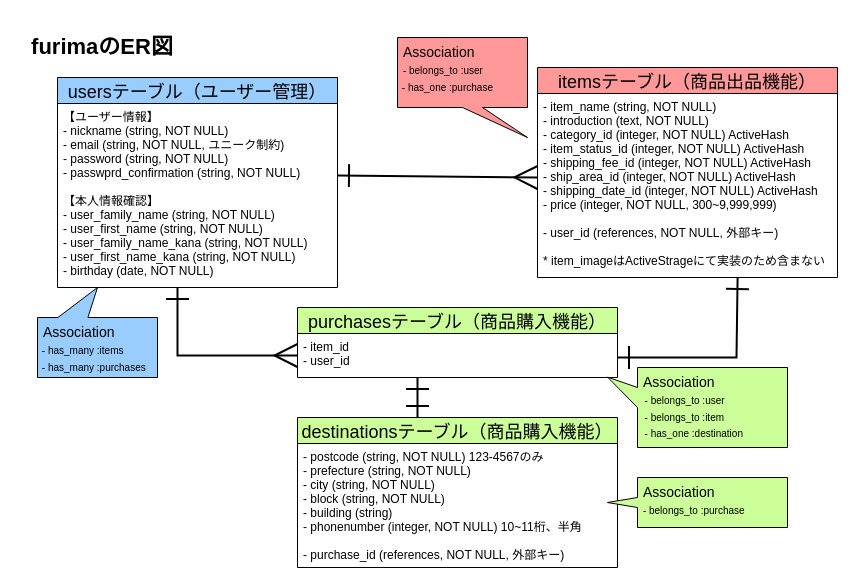
mikity-i/furima-37292 keeps this draw.io diagram as database-ER.dio. Above is the earlier version. Source tidied: cells renumbered, new cells numbered last; positions are measured from the earlier drawing's top-left corner, leaving out a move shared by most shapes. Both pictures are drawn from the tidied source at 100%, with x=0, y=0 at pixel (17, 17).
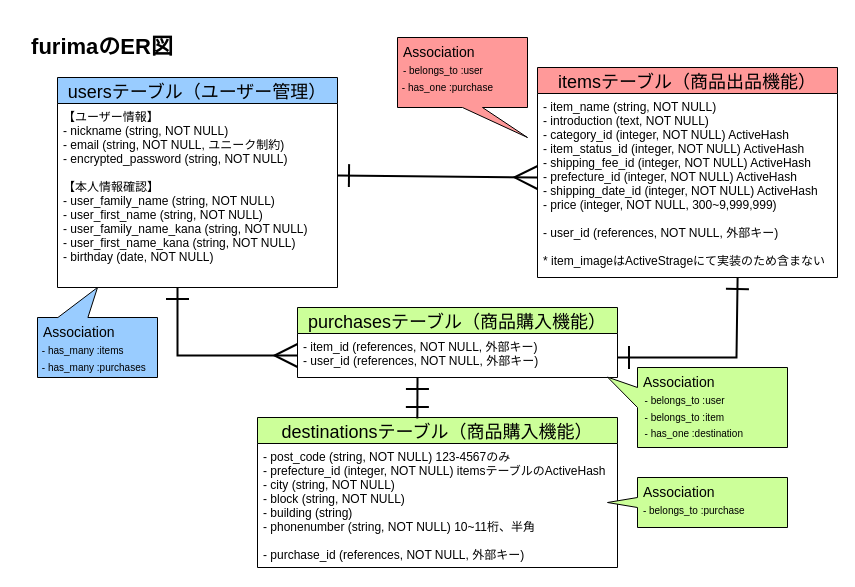
The same page after the edit.

Commit message (it also covers changes not shown here):
データベース設計5点修正

Unchanged cells that the change refers to:
```xml
<mxCell id="3" value="usersテーブル（ユーザー管理）" style="swimlane;fontStyle=0;horizontal=1;startSize=26;shadow=0;fontSize=18;verticalAlign=middle;html=0;align=center;swimlaneFillColor=none;fillColor=#99CCFF;" parent="1" vertex="1">
  <mxGeometry x="40" y="60" width="280" height="210" as="geometry" />
</mxCell>
<mxCell id="5" value="itemsテーブル（商品出品機能）" style="swimlane;fontStyle=0;horizontal=1;startSize=26;shadow=0;fontSize=18;align=center;verticalAlign=middle;html=0;fillColor=#FF9999;" parent="1" vertex="1">
  <mxGeometry x="520" y="50" width="300" height="210" as="geometry" />
</mxCell>
<mxCell id="8" value="purchasesテーブル（商品購入機能）" style="swimlane;fontStyle=0;horizontal=1;startSize=26;align=center;fontSize=18;shadow=0;html=0;fillColor=#CCFF99;" parent="1" vertex="1">
  <mxGeometry x="280" y="290" width="320" height="70" as="geometry" />
</mxCell>
```

What changed in the source:
```diff
@@
-    <mxCell id="4" value="【ユーザー情報】&#10;- nickname (string, NOT NULL)&#10;- email (string, NOT NULL, ユニーク制約)&#10;- password (string, NOT NULL)&#10;- passwprd_confirmation (string, NOT NULL)&#10;&#10;【本人情報確認】&#10;- user_family_name (string, NOT NULL)&#10;- user_first_name (string, NOT NULL)&#10;- user_family_name_kana (string, NOT NULL)&#10;- user_first_name_kana (string, NOT NULL)&#10;- birthday (date, NOT NULL)" style="text;strokeColor=none;fillColor=none;align=left;verticalAlign=top;spacingLeft=4;spacingRight=4;overflow=hidden;" parent="3" vertex="1">
+    <mxCell id="4" value="【ユーザー情報】&#10;- nickname (string, NOT NULL)&#10;- email (string, NOT NULL, ユニーク制約)&#10;- encrypted_password (string, NOT NULL)&#10;&#10;【本人情報確認】&#10;- user_family_name (string, NOT NULL)&#10;- user_first_name (string, NOT NULL)&#10;- user_family_name_kana (string, NOT NULL)&#10;- user_first_name_kana (string, NOT NULL)&#10;- birthday (date, NOT NULL)" style="text;strokeColor=none;fillColor=none;align=left;verticalAlign=top;spacingLeft=4;spacingRight=4;overflow=hidden;" parent="3" vertex="1">
       <mxGeometry y="26" width="280" height="184" as="geometry" />
     </mxCell>
@@
-    <mxCell id="6" value="- item_name (string, NOT NULL)&#10;- introduction (text, NOT NULL)&#10;- category_id (integer, NOT NULL) ActiveHash&#10;- item_status_id (integer, NOT NULL) ActiveHash&#10;- shipping_fee_id (integer, NOT NULL) ActiveHash&#10;- ship_area_id (integer, NOT NULL) ActiveHash&#10;- shipping_date_id (integer, NOT NULL) ActiveHash&#10;- price (integer, NOT NULL, 300~9,999,999)&#10;&#10;- user_id (references, NOT NULL, 外部キー)&#10;&#10;* item_imageはActiveStrageにて実装のため含まない" style="text;strokeColor=none;fillColor=none;align=left;verticalAlign=top;spacingLeft=4;spacingRight=4;overflow=hidden;points=[[0,0.5],[1,0.5]];portConstraint=eastwest;" parent="5" vertex="1">
+    <mxCell id="6" value="- item_name (string, NOT NULL)&#10;- introduction (text, NOT NULL)&#10;- category_id (integer, NOT NULL) ActiveHash&#10;- item_status_id (integer, NOT NULL) ActiveHash&#10;- shipping_fee_id (integer, NOT NULL) ActiveHash&#10;- prefecture_id (integer, NOT NULL) ActiveHash&#10;- shipping_date_id (integer, NOT NULL) ActiveHash&#10;- price (integer, NOT NULL, 300~9,999,999)&#10;&#10;- user_id (references, NOT NULL, 外部キー)&#10;&#10;* item_imageはActiveStrageにて実装のため含まない" style="text;strokeColor=none;fillColor=none;align=left;verticalAlign=top;spacingLeft=4;spacingRight=4;overflow=hidden;points=[[0,0.5],[1,0.5]];portConstraint=eastwest;" parent="5" vertex="1">
       <mxGeometry y="26" width="300" height="184" as="geometry" />
     </mxCell>
@@
-    <mxCell id="9" value="- item_id&#10;- user_id" style="text;strokeColor=none;fillColor=none;spacingLeft=4;spacingRight=4;overflow=hidden;points=[[0,0.5],[1,0.5]];portConstraint=eastwest;fontSize=12;" parent="8" vertex="1">
+    <mxCell id="9" value="- item_id (references, NOT NULL, 外部キー)&#10;- user_id (references, NOT NULL, 外部キー)" style="text;strokeColor=none;fillColor=none;spacingLeft=4;spacingRight=4;overflow=hidden;points=[[0,0.5],[1,0.5]];portConstraint=eastwest;fontSize=12;" parent="8" vertex="1">
       <mxGeometry y="26" width="320" height="44" as="geometry" />
     </mxCell>
     <mxCell id="10" value="destinationsテーブル（商品購入機能）" style="swimlane;fontStyle=0;horizontal=1;startSize=26;align=center;fontSize=18;shadow=0;html=0;fillColor=#CCFF99;" parent="1" vertex="1">
-      <mxGeometry x="280" y="400" width="320" height="150" as="geometry" />
+      <mxGeometry x="240" y="400" width="360" height="150" as="geometry" />
     </mxCell>
-    <mxCell id="11" value="- postcode (string, NOT NULL) 123-4567のみ&#10;- prefecture (string, NOT NULL)&#10;- city (string, NOT NULL)&#10;- block (string, NOT NULL)&#10;- building (string)&#10;- phonenumber (integer, NOT NULL) 10~11桁、半角&#10;&#10;- purchase_id (references, NOT NULL, 外部キー)" style="text;strokeColor=none;fillColor=none;spacingLeft=4;spacingRight=4;overflow=hidden;fontSize=12;" parent="10" vertex="1">
-      <mxGeometry y="26" width="320" height="124" as="geometry" />
+    <mxCell id="11" value="- post_code (string, NOT NULL) 123-4567のみ&#10;- prefecture_id (integer, NOT NULL) itemsテーブルのActiveHash&#10;- city (string, NOT NULL)&#10;- block (string, NOT NULL)&#10;- building (string)&#10;- phonenumber (string, NOT NULL) 10~11桁、半角&#10;&#10;- purchase_id (references, NOT NULL, 外部キー)" style="text;strokeColor=none;fillColor=none;spacingLeft=4;spacingRight=4;overflow=hidden;fontSize=12;" parent="10" vertex="1">
+      <mxGeometry y="26" width="360" height="124" as="geometry" />
     </mxCell>
@@
-    <mxCell id="17" style="endArrow=ERone;html=1;rounded=0;fontSize=18;startSize=20;endSize=20;strokeColor=#000000;strokeWidth=2;entryX=0.375;entryY=0;entryDx=0;entryDy=0;entryPerimeter=0;startArrow=ERone;startFill=0;endFill=0;" parent="1" edge="1" target="10">
+    <mxCell id="17" style="endArrow=ERone;html=1;rounded=0;fontSize=18;startSize=20;endSize=20;strokeColor=#000000;strokeWidth=2;entryX=0.444;entryY=0.007;entryDx=0;entryDy=0;entryPerimeter=0;startArrow=ERone;startFill=0;endFill=0;" parent="1" edge="1" target="10">
       <mxGeometry relative="1" as="geometry">
         <mxPoint x="400" y="360" as="sourcePoint" />
       </mxGeometry>
     </mxCell>
```
